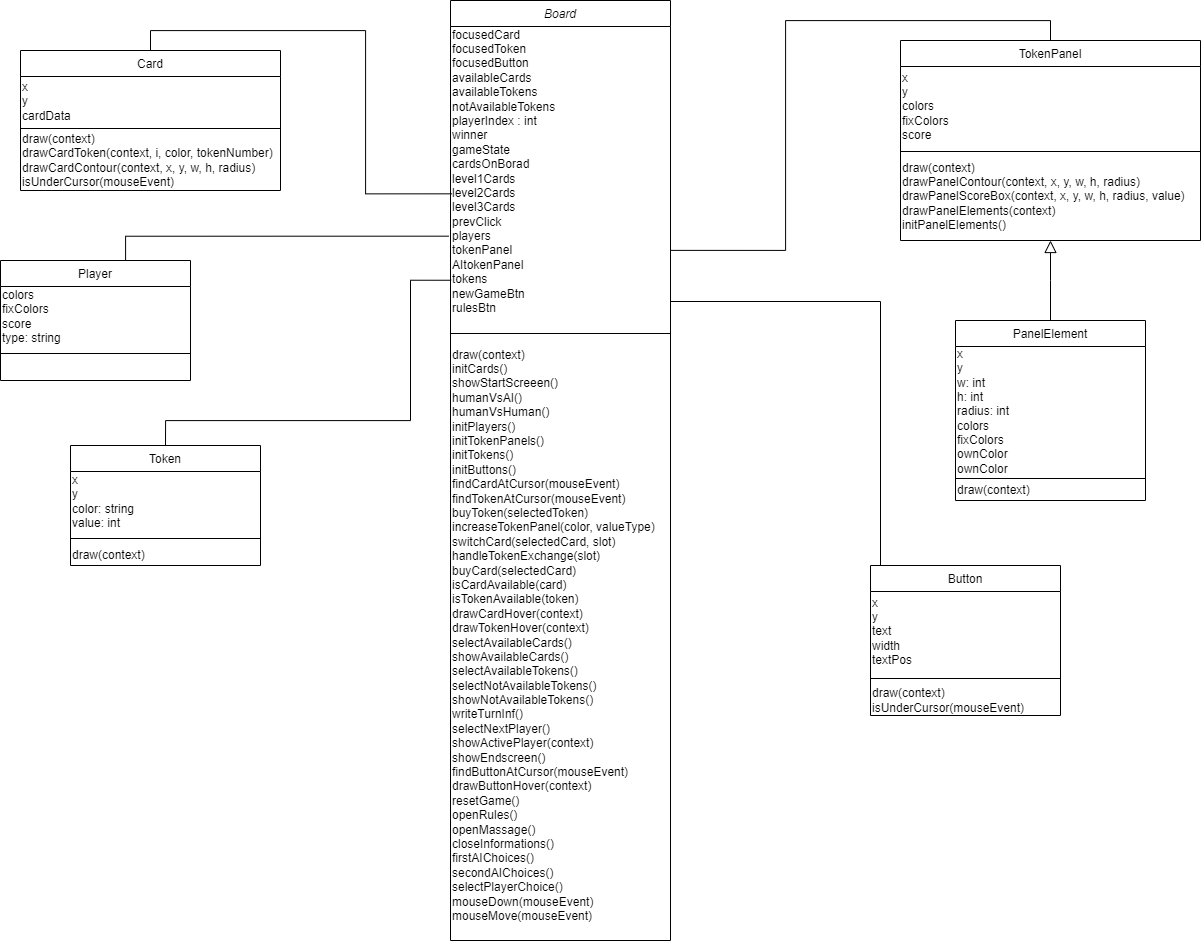
KollarMaTT/Szakdolgozat keeps this draw.io diagram as docs/Spelndor_UML.png. Above is the earlier version. Source tidied: cells renumbered, new cells last; positions are measured from the earlier drawing's top-left corner, leaving out a move shared by most shapes.
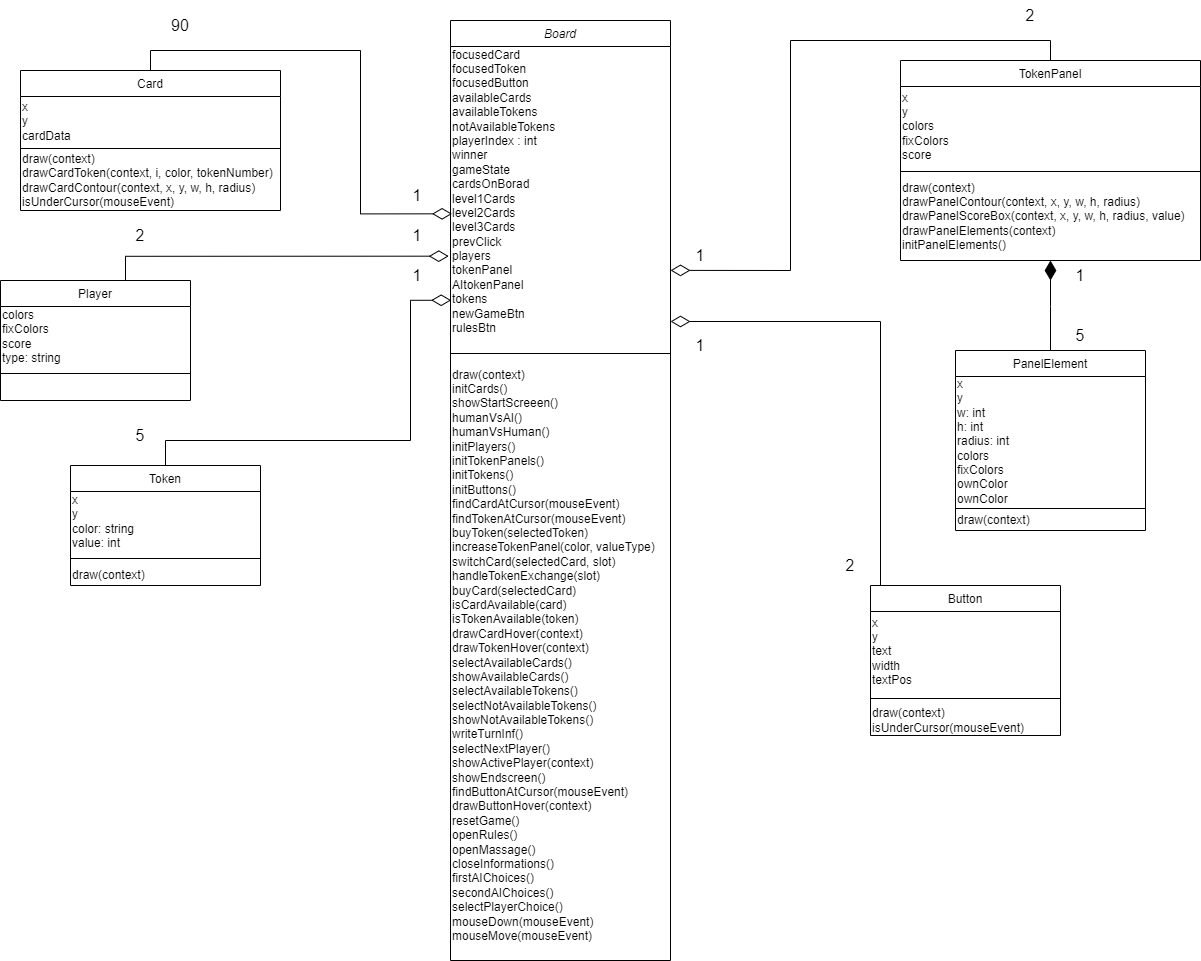
Above is the later version.

The edit, as a diff of the source:
```diff
@@ -14,7 +14,7 @@
     <mxCell id="5" value="draw(context)&lt;br&gt;initCards()&lt;br&gt;showStartScreeen()&lt;br&gt;humanVsAI()&lt;br&gt;humanVsHuman()&lt;br&gt;initPlayers()&lt;br&gt;initTokenPanels()&lt;br&gt;initTokens()&lt;br&gt;initButtons()&lt;br&gt;findCardAtCursor(mouseEvent)&lt;br&gt;findTokenAtCursor(mouseEvent)&lt;br&gt;buyToken(selectedToken)&lt;br&gt;increaseTokenPanel(color, valueType)&lt;br&gt;switchCard(selectedCard, slot)&lt;br&gt;handleTokenExchange(slot)&lt;br&gt;buyCard(selectedCard)&lt;br&gt;isCardAvailable(card)&lt;br&gt;isTokenAvailable(token)&lt;br&gt;drawCardHover(context)&lt;br&gt;drawTokenHover(context)&lt;br&gt;selectAvailableCards()&lt;br&gt;showAvailableCards()&lt;br&gt;selectAvailableTokens()&lt;br&gt;selectNotAvailableTokens()&lt;br&gt;showNotAvailableTokens()&lt;br&gt;writeTurnInf()&lt;br&gt;selectNextPlayer()&lt;br&gt;showActivePlayer(context)&lt;br&gt;showEndscreen()&lt;br&gt;findButtonAtCursor(mouseEvent)&lt;br&gt;drawButtonHover(context)&lt;br&gt;resetGame()&lt;br&gt;openRules()&lt;br&gt;openMassage()&lt;br&gt;closeInformations()&lt;br&gt;firstAIChoices()&lt;br&gt;secondAIChoices()&lt;br&gt;selectPlayerChoice()&lt;br&gt;mouseDown(mouseEvent)&lt;br&gt;mouseMove(mouseEvent)" style="text;html=1;align=left;verticalAlign=middle;strokeColor=none;fillColor=none;" parent="2" vertex="1">
       <mxGeometry y="350" width="220" height="570" as="geometry" />
     </mxCell>
-    <mxCell id="6" style="edgeStyle=orthogonalEdgeStyle;rounded=0;jettySize=auto;html=1;entryX=0.007;entryY=0.577;entryDx=0;entryDy=0;entryPerimeter=0;exitX=0.5;exitY=0;exitDx=0;exitDy=0;endArrow=none;endFill=0;" parent="1" edge="1" source="7" target="3">
+    <mxCell id="6" style="edgeStyle=orthogonalEdgeStyle;rounded=0;jettySize=auto;html=1;entryX=0.007;entryY=0.577;entryDx=0;entryDy=0;entryPerimeter=0;exitX=0.5;exitY=0;exitDx=0;exitDy=0;endArrow=diamondThin;endFill=0;endSize=17;" parent="1" edge="1" source="7" target="3">
       <mxGeometry relative="1" as="geometry" />
     </mxCell>
     <mxCell id="7" value="Card" style="swimlane;fontStyle=0;align=center;verticalAlign=top;horizontal=1;startSize=26;rounded=0;shadow=0;strokeWidth=1;" parent="1" vertex="1">
@@ -29,7 +29,7 @@
     <mxCell id="10" value="draw(context)&lt;br&gt;drawCardToken(context, i, color, tokenNumber)&lt;br&gt;drawCardContour(context, x, y, w, h, radius)&lt;br&gt;isUnderCursor(mouseEvent)&lt;br&gt;" style="text;html=1;align=left;verticalAlign=middle;strokeColor=none;fillColor=none;" parent="7" vertex="1">
       <mxGeometry y="80" width="260" height="60" as="geometry" />
     </mxCell>
-    <mxCell id="11" style="edgeStyle=orthogonalEdgeStyle;rounded=0;jettySize=auto;html=1;exitX=0.5;exitY=0;exitDx=0;exitDy=0;entryX=1;entryY=0.772;entryDx=0;entryDy=0;entryPerimeter=0;endArrow=none;endFill=0;" parent="1" edge="1" source="12" target="3">
+    <mxCell id="11" style="edgeStyle=orthogonalEdgeStyle;rounded=0;jettySize=auto;html=1;exitX=0.5;exitY=0;exitDx=0;exitDy=0;entryX=1;entryY=0.772;entryDx=0;entryDy=0;entryPerimeter=0;endArrow=diamondThin;endFill=0;endSize=17;" parent="1" edge="1" source="12" target="3">
       <mxGeometry relative="1" as="geometry" />
     </mxCell>
     <mxCell id="12" value="TokenPanel" style="swimlane;fontStyle=0;align=center;verticalAlign=top;horizontal=1;startSize=26;rounded=0;shadow=0;strokeWidth=1;" parent="1" vertex="1">
@@ -44,7 +44,7 @@
     <mxCell id="15" value="draw(context)&lt;br&gt;drawPanelContour(context, x, y, w, h, radius)&lt;br&gt;drawPanelScoreBox(context, x, y, w, h, radius, value)&lt;br&gt;drawPanelElements(context)&lt;br&gt;initPanelElements()" style="text;html=1;align=left;verticalAlign=middle;strokeColor=none;fillColor=none;" parent="12" vertex="1">
       <mxGeometry y="116" width="300" height="80" as="geometry" />
     </mxCell>
-    <mxCell id="16" style="edgeStyle=orthogonalEdgeStyle;rounded=0;jettySize=auto;html=1;exitX=0.5;exitY=0;exitDx=0;exitDy=0;entryX=0.003;entryY=0.875;entryDx=0;entryDy=0;entryPerimeter=0;endArrow=none;endFill=0;" parent="1" edge="1" source="17" target="3">
+    <mxCell id="16" style="edgeStyle=orthogonalEdgeStyle;rounded=0;jettySize=auto;html=1;exitX=0.5;exitY=0;exitDx=0;exitDy=0;entryX=0.003;entryY=0.875;entryDx=0;entryDy=0;entryPerimeter=0;endArrow=diamondThin;endFill=0;endSize=17;" parent="1" edge="1" source="17" target="3">
       <mxGeometry relative="1" as="geometry">
         <Array as="points">
           <mxPoint x="165" y="420" />
@@ -66,7 +66,7 @@
       <mxGeometry y="100" width="190" height="20" as="geometry" />
     </mxCell>
     <mxCell id="21" value="PanelElement" style="swimlane;fontStyle=0;align=center;verticalAlign=top;horizontal=1;startSize=26;rounded=0;shadow=0;strokeWidth=1;" parent="1" vertex="1">
-      <mxGeometry x="955" y="320" width="190" height="180" as="geometry" />
+      <mxGeometry x="955" y="330" width="190" height="180" as="geometry" />
     </mxCell>
     <mxCell id="22" value="x&lt;br&gt;y&lt;br&gt;w: int&lt;br&gt;h: int&lt;br&gt;radius: int&lt;br&gt;colors&lt;br&gt;fixColors&lt;br&gt;ownColor&lt;br&gt;ownColor" style="text;html=1;align=left;verticalAlign=middle;strokeColor=none;fillColor=none;" parent="21" vertex="1">
       <mxGeometry y="26" width="190" height="130" as="geometry" />
@@ -77,10 +77,10 @@
     <mxCell id="24" value="draw(context)&lt;br&gt;" style="text;html=1;align=left;verticalAlign=middle;strokeColor=none;fillColor=none;" parent="21" vertex="1">
       <mxGeometry y="160" width="190" height="20" as="geometry" />
     </mxCell>
-    <mxCell id="25" style="endArrow=block;endSize=10;endFill=0;shadow=0;strokeWidth=1;rounded=0;edgeStyle=elbowEdgeStyle;elbow=vertical;entryX=0.5;entryY=1;entryDx=0;entryDy=0;exitX=0.5;exitY=0;exitDx=0;exitDy=0;" parent="1" edge="1" source="21" target="12">
+    <mxCell id="25" style="endArrow=diamondThin;endSize=17;endFill=1;shadow=0;strokeWidth=1;rounded=0;edgeStyle=elbowEdgeStyle;elbow=vertical;entryX=0.5;entryY=1;entryDx=0;entryDy=0;exitX=0.5;exitY=0;exitDx=0;exitDy=0;" parent="1" edge="1" source="21" target="12">
       <mxGeometry relative="1" as="geometry" />
     </mxCell>
-    <mxCell id="26" style="edgeStyle=orthogonalEdgeStyle;rounded=0;jettySize=auto;html=1;exitX=0.5;exitY=0;exitDx=0;exitDy=0;entryX=-0.008;entryY=0.723;entryDx=0;entryDy=0;entryPerimeter=0;endArrow=none;endFill=0;" parent="1" edge="1" source="27" target="3">
+    <mxCell id="26" style="edgeStyle=orthogonalEdgeStyle;rounded=0;jettySize=auto;html=1;exitX=0.5;exitY=0;exitDx=0;exitDy=0;entryX=-0.008;entryY=0.723;entryDx=0;entryDy=0;entryPerimeter=0;endArrow=diamondThin;endFill=0;endSize=17;" parent="1" edge="1" source="27" target="3">
       <mxGeometry relative="1" as="geometry">
         <Array as="points">
           <mxPoint x="125" y="260" />
@@ -97,7 +97,7 @@
     <mxCell id="29" style="line;html=1;strokeWidth=1;align=left;verticalAlign=middle;spacingTop=-1;spacingLeft=3;spacingRight=3;labelPosition=right;" parent="27" vertex="1">
       <mxGeometry y="86" width="190" height="14" as="geometry" />
     </mxCell>
-    <mxCell id="30" style="edgeStyle=orthogonalEdgeStyle;rounded=0;jettySize=auto;html=1;exitX=0.5;exitY=0;exitDx=0;exitDy=0;endArrow=none;endFill=0;" parent="1" edge="1" source="31">
+    <mxCell id="30" style="edgeStyle=orthogonalEdgeStyle;rounded=0;jettySize=auto;html=1;exitX=0.5;exitY=0;exitDx=0;exitDy=0;endArrow=diamondThin;endFill=0;endSize=17;" parent="1" edge="1" source="31">
       <mxGeometry relative="1" as="geometry">
         <mxPoint x="670" y="300" as="targetPoint" />
         <Array as="points">
@@ -118,5 +118,41 @@
     <mxCell id="34" value="draw(context)&lt;br&gt;isUnderCursor(mouseEvent)" style="text;html=1;align=left;verticalAlign=middle;strokeColor=none;fillColor=none;" parent="31" vertex="1">
       <mxGeometry y="120" width="190" height="30" as="geometry" />
     </mxCell>
+    <mxCell id="35" value="1" style="text;html=1;strokeColor=none;fillColor=none;align=center;verticalAlign=middle;whiteSpace=wrap;rounded=0;fontSize=16;" parent="1" vertex="1">
+      <mxGeometry x="670" y="220" width="60" height="30" as="geometry" />
+    </mxCell>
+    <mxCell id="36" value="2" style="text;html=1;strokeColor=none;fillColor=none;align=center;verticalAlign=middle;whiteSpace=wrap;rounded=0;fontSize=16;" parent="1" vertex="1">
+      <mxGeometry x="1000" y="-20" width="60" height="30" as="geometry" />
+    </mxCell>
+    <mxCell id="37" value="2" style="text;html=1;strokeColor=none;fillColor=none;align=center;verticalAlign=middle;whiteSpace=wrap;rounded=0;fontSize=16;" parent="1" vertex="1">
+      <mxGeometry x="820" y="530" width="60" height="30" as="geometry" />
+    </mxCell>
+    <mxCell id="38" value="1" style="text;html=1;strokeColor=none;fillColor=none;align=center;verticalAlign=middle;whiteSpace=wrap;rounded=0;fontSize=16;" parent="1" vertex="1">
+      <mxGeometry x="670" y="310" width="60" height="30" as="geometry" />
+    </mxCell>
+    <mxCell id="39" value="1" style="text;html=1;strokeColor=none;fillColor=none;align=center;verticalAlign=middle;whiteSpace=wrap;rounded=0;fontSize=16;" parent="1" vertex="1">
+      <mxGeometry x="1050" y="240" width="60" height="30" as="geometry" />
+    </mxCell>
+    <mxCell id="40" value="5" style="text;html=1;strokeColor=none;fillColor=none;align=center;verticalAlign=middle;whiteSpace=wrap;rounded=0;fontSize=16;" parent="1" vertex="1">
+      <mxGeometry x="1050" y="300" width="60" height="30" as="geometry" />
+    </mxCell>
+    <mxCell id="41" value="90" style="text;html=1;strokeColor=none;fillColor=none;align=center;verticalAlign=middle;whiteSpace=wrap;rounded=0;fontSize=16;" parent="1" vertex="1">
+      <mxGeometry x="150" y="-10" width="60" height="30" as="geometry" />
+    </mxCell>
+    <mxCell id="42" value="1" style="text;html=1;strokeColor=none;fillColor=none;align=center;verticalAlign=middle;whiteSpace=wrap;rounded=0;fontSize=16;" parent="1" vertex="1">
+      <mxGeometry x="387" y="160" width="60" height="30" as="geometry" />
+    </mxCell>
+    <mxCell id="43" value="1" style="text;html=1;strokeColor=none;fillColor=none;align=center;verticalAlign=middle;whiteSpace=wrap;rounded=0;fontSize=16;" parent="1" vertex="1">
+      <mxGeometry x="387" y="200" width="60" height="30" as="geometry" />
+    </mxCell>
+    <mxCell id="44" value="1" style="text;html=1;strokeColor=none;fillColor=none;align=center;verticalAlign=middle;whiteSpace=wrap;rounded=0;fontSize=16;" parent="1" vertex="1">
+      <mxGeometry x="387" y="240" width="60" height="30" as="geometry" />
+    </mxCell>
+    <mxCell id="45" value="2" style="text;html=1;strokeColor=none;fillColor=none;align=center;verticalAlign=middle;whiteSpace=wrap;rounded=0;fontSize=16;" parent="1" vertex="1">
+      <mxGeometry x="110" y="200" width="60" height="30" as="geometry" />
+    </mxCell>
+    <mxCell id="46" value="5" style="text;html=1;strokeColor=none;fillColor=none;align=center;verticalAlign=middle;whiteSpace=wrap;rounded=0;fontSize=16;" parent="1" vertex="1">
+      <mxGeometry x="110" y="400" width="60" height="30" as="geometry" />
+    </mxCell>
   </root>
 </mxGraphModel>
```
